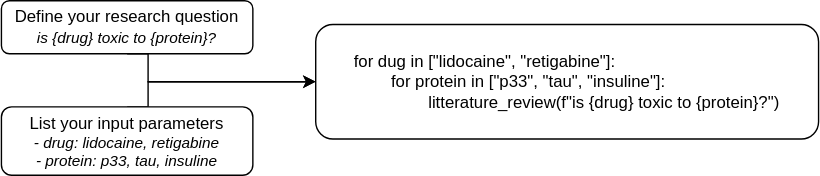
Above: images/screning_review.drawio.svg in journeadrien/scholar2sql (draw.io), before the change. Source tidied: cells renumbered, new cells last; positions are measured from the earlier drawing's top-left corner, leaving out a move shared by most shapes. Source of this version:
```xml
<mxGraphModel>
  <root>
    <mxCell id="0" />
    <mxCell id="1" parent="0" />
    <mxCell id="2" style="rounded=0;jettySize=auto;html=1;exitX=0.5;exitY=1;exitDx=0;exitDy=0;entryX=0;entryY=0.5;entryDx=0;entryDy=0;edgeStyle=orthogonalEdgeStyle;" parent="1" edge="1" source="3" target="6">
      <mxGeometry relative="1" as="geometry">
        <Array as="points">
          <mxPoint x="105" y="58" />
        </Array>
      </mxGeometry>
    </mxCell>
    <mxCell id="3" value="&lt;font style=&quot;font-size: 12px;&quot;&gt;Define your research question&lt;/font&gt;&lt;div&gt;&lt;i&gt;&lt;font style=&quot;font-size: 11px;&quot;&gt;is {drug} toxic to {protein}?&lt;/font&gt;&lt;/i&gt;&lt;/div&gt;" style="rounded=1;whiteSpace=wrap;html=1;gradientColor=none;fillColor=default;" parent="1" vertex="1">
      <mxGeometry width="180" height="38" as="geometry" />
    </mxCell>
    <mxCell id="4" style="rounded=0;jettySize=auto;html=1;exitX=0.5;exitY=0;exitDx=0;exitDy=0;entryX=0;entryY=0.5;entryDx=0;entryDy=0;edgeStyle=orthogonalEdgeStyle;" parent="1" edge="1" source="5" target="6">
      <mxGeometry relative="1" as="geometry">
        <Array as="points">
          <mxPoint x="105" y="58" />
        </Array>
      </mxGeometry>
    </mxCell>
    <mxCell id="5" value="&lt;font style=&quot;font-size: 12px;&quot;&gt;List your input parameters&lt;/font&gt;&lt;div style=&quot;font-size: 11px;&quot;&gt;&lt;i style=&quot;&quot;&gt;&lt;font style=&quot;font-size: 11px;&quot;&gt;- drug: lidocaine, retigabine&lt;/font&gt;&lt;/i&gt;&lt;/div&gt;&lt;div style=&quot;font-size: 11px;&quot;&gt;&lt;i style=&quot;&quot;&gt;&lt;font style=&quot;font-size: 11px;&quot;&gt;- protein: p33, tau, insuline&lt;/font&gt;&lt;/i&gt;&lt;/div&gt;" style="rounded=1;whiteSpace=wrap;html=1;" parent="1" vertex="1">
      <mxGeometry y="76" width="180" height="49" as="geometry" />
    </mxCell>
    <mxCell id="6" value="&lt;div style=&quot;text-align: left;&quot;&gt;&lt;font style=&quot;font-size: 12px;&quot;&gt;&lt;span style=&quot;background-color: initial;&quot;&gt;for dug in [&quot;&lt;/span&gt;&lt;span style=&quot;background-color: initial;&quot;&gt;lidocaine&quot;, &quot;retigabine&quot;&lt;/span&gt;&lt;span style=&quot;background-color: initial;&quot;&gt;]:&lt;/span&gt;&lt;/font&gt;&lt;/div&gt;&lt;div style=&quot;text-align: left;&quot;&gt;&lt;font style=&quot;font-size: 12px;&quot;&gt;&lt;span style=&quot;white-space: pre;&quot;&gt;&#9;&lt;/span&gt;for protein in [&quot;&lt;span style=&quot;background-color: initial;&quot;&gt;p33&quot;, &quot;tau&quot;, &quot;insuline&quot;&lt;/span&gt;&lt;span style=&quot;background-color: initial;&quot;&gt;]:&lt;/span&gt;&lt;/font&gt;&lt;/div&gt;&lt;div style=&quot;text-align: left;&quot;&gt;&lt;font style=&quot;font-size: 12px;&quot;&gt;&lt;span style=&quot;background-color: initial;&quot;&gt;&lt;span style=&quot;white-space: pre;&quot;&gt;&#9;&lt;/span&gt;&lt;span style=&quot;white-space: pre;&quot;&gt;&#9;&lt;/span&gt;litterature_review(f&quot;i&lt;/span&gt;&lt;span style=&quot;background-color: initial; text-align: center;&quot;&gt;s {drug} toxic to {protein}?&quot;&lt;/span&gt;&lt;span style=&quot;background-color: initial;&quot;&gt;)&lt;/span&gt;&lt;/font&gt;&lt;/div&gt;" style="rounded=1;whiteSpace=wrap;html=1;rotation=0;" parent="1" vertex="1">
      <mxGeometry x="225" y="17" width="360" height="82" as="geometry" />
    </mxCell>
  </root>
</mxGraphModel>
```
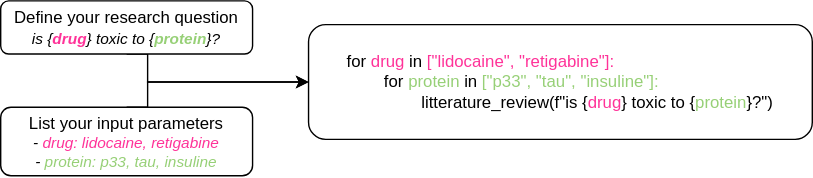
Later version of the same file.

Change to the diagram source:
```diff
@@ -9,7 +9,7 @@
         </Array>
       </mxGeometry>
     </mxCell>
-    <mxCell id="3" value="&lt;font style=&quot;font-size: 12px;&quot;&gt;Define your research question&lt;/font&gt;&lt;div&gt;&lt;i&gt;&lt;font style=&quot;font-size: 11px;&quot;&gt;is {drug} toxic to {protein}?&lt;/font&gt;&lt;/i&gt;&lt;/div&gt;" style="rounded=1;whiteSpace=wrap;html=1;gradientColor=none;fillColor=default;" parent="1" vertex="1">
+    <mxCell id="3" value="&lt;font style=&quot;font-size: 12px;&quot;&gt;Define your research question&lt;/font&gt;&lt;div&gt;&lt;i&gt;&lt;font style=&quot;font-size: 11px;&quot;&gt;is {&lt;font color=&quot;#ff3399&quot;&gt;&lt;b&gt;drug&lt;/b&gt;&lt;/font&gt;} toxic to {&lt;font color=&quot;#97d077&quot;&gt;&lt;b&gt;protein&lt;/b&gt;&lt;/font&gt;}?&lt;/font&gt;&lt;/i&gt;&lt;/div&gt;" style="rounded=1;whiteSpace=wrap;html=1;gradientColor=none;fillColor=default;" parent="1" vertex="1">
       <mxGeometry width="180" height="38" as="geometry" />
     </mxCell>
     <mxCell id="4" style="rounded=0;jettySize=auto;html=1;exitX=0.5;exitY=0;exitDx=0;exitDy=0;entryX=0;entryY=0.5;entryDx=0;entryDy=0;edgeStyle=orthogonalEdgeStyle;" parent="1" edge="1" source="5" target="6">
@@ -19,11 +19,11 @@
         </Array>
       </mxGeometry>
     </mxCell>
-    <mxCell id="5" value="&lt;font style=&quot;font-size: 12px;&quot;&gt;List your input parameters&lt;/font&gt;&lt;div style=&quot;font-size: 11px;&quot;&gt;&lt;i style=&quot;&quot;&gt;&lt;font style=&quot;font-size: 11px;&quot;&gt;- drug: lidocaine, retigabine&lt;/font&gt;&lt;/i&gt;&lt;/div&gt;&lt;div style=&quot;font-size: 11px;&quot;&gt;&lt;i style=&quot;&quot;&gt;&lt;font style=&quot;font-size: 11px;&quot;&gt;- protein: p33, tau, insuline&lt;/font&gt;&lt;/i&gt;&lt;/div&gt;" style="rounded=1;whiteSpace=wrap;html=1;" parent="1" vertex="1">
+    <mxCell id="5" value="&lt;font style=&quot;font-size: 12px;&quot;&gt;List your input parameters&lt;/font&gt;&lt;div style=&quot;font-size: 11px;&quot;&gt;&lt;i style=&quot;&quot;&gt;&lt;font style=&quot;font-size: 11px;&quot;&gt;- &lt;font color=&quot;#ff3399&quot;&gt;drug: lidocaine, retigabine&lt;/font&gt;&lt;/font&gt;&lt;/i&gt;&lt;/div&gt;&lt;div style=&quot;font-size: 11px;&quot;&gt;&lt;i style=&quot;&quot;&gt;&lt;font style=&quot;font-size: 11px;&quot;&gt;- &lt;font color=&quot;#97d077&quot;&gt;protein: p33, tau, insuline&lt;/font&gt;&lt;/font&gt;&lt;/i&gt;&lt;/div&gt;" style="rounded=1;whiteSpace=wrap;html=1;" parent="1" vertex="1">
       <mxGeometry y="76" width="180" height="49" as="geometry" />
     </mxCell>
-    <mxCell id="6" value="&lt;div style=&quot;text-align: left;&quot;&gt;&lt;font style=&quot;font-size: 12px;&quot;&gt;&lt;span style=&quot;background-color: initial;&quot;&gt;for dug in [&quot;&lt;/span&gt;&lt;span style=&quot;background-color: initial;&quot;&gt;lidocaine&quot;, &quot;retigabine&quot;&lt;/span&gt;&lt;span style=&quot;background-color: initial;&quot;&gt;]:&lt;/span&gt;&lt;/font&gt;&lt;/div&gt;&lt;div style=&quot;text-align: left;&quot;&gt;&lt;font style=&quot;font-size: 12px;&quot;&gt;&lt;span style=&quot;white-space: pre;&quot;&gt;&#9;&lt;/span&gt;for protein in [&quot;&lt;span style=&quot;background-color: initial;&quot;&gt;p33&quot;, &quot;tau&quot;, &quot;insuline&quot;&lt;/span&gt;&lt;span style=&quot;background-color: initial;&quot;&gt;]:&lt;/span&gt;&lt;/font&gt;&lt;/div&gt;&lt;div style=&quot;text-align: left;&quot;&gt;&lt;font style=&quot;font-size: 12px;&quot;&gt;&lt;span style=&quot;background-color: initial;&quot;&gt;&lt;span style=&quot;white-space: pre;&quot;&gt;&#9;&lt;/span&gt;&lt;span style=&quot;white-space: pre;&quot;&gt;&#9;&lt;/span&gt;litterature_review(f&quot;i&lt;/span&gt;&lt;span style=&quot;background-color: initial; text-align: center;&quot;&gt;s {drug} toxic to {protein}?&quot;&lt;/span&gt;&lt;span style=&quot;background-color: initial;&quot;&gt;)&lt;/span&gt;&lt;/font&gt;&lt;/div&gt;" style="rounded=1;whiteSpace=wrap;html=1;rotation=0;" parent="1" vertex="1">
-      <mxGeometry x="225" y="17" width="360" height="82" as="geometry" />
+    <mxCell id="6" value="&lt;div style=&quot;text-align: left;&quot;&gt;&lt;font style=&quot;font-size: 12px;&quot;&gt;&lt;span style=&quot;background-color: initial;&quot;&gt;for&lt;font color=&quot;#ff3399&quot;&gt; drug &lt;/font&gt;in&lt;font color=&quot;#ff3399&quot;&gt; [&quot;&lt;/font&gt;&lt;/span&gt;&lt;span style=&quot;color: rgb(255, 51, 153); background-color: initial;&quot;&gt;lidocaine&quot;, &quot;retigabine&quot;&lt;/span&gt;&lt;span style=&quot;color: rgb(255, 51, 153); background-color: initial;&quot;&gt;]:&lt;/span&gt;&lt;/font&gt;&lt;/div&gt;&lt;div style=&quot;text-align: left;&quot;&gt;&lt;font style=&quot;font-size: 12px;&quot;&gt;&lt;span style=&quot;white-space: pre;&quot;&gt;&#9;&lt;/span&gt;for&lt;font color=&quot;#97d077&quot;&gt; protein &lt;/font&gt;in&lt;font color=&quot;#97d077&quot;&gt; [&quot;&lt;span style=&quot;background-color: initial;&quot;&gt;p33&quot;, &quot;tau&quot;, &quot;insuline&quot;&lt;/span&gt;&lt;span style=&quot;background-color: initial;&quot;&gt;]:&lt;/span&gt;&lt;/font&gt;&lt;/font&gt;&lt;/div&gt;&lt;div style=&quot;text-align: left;&quot;&gt;&lt;font style=&quot;font-size: 12px;&quot;&gt;&lt;span style=&quot;background-color: initial;&quot;&gt;&lt;span style=&quot;white-space: pre;&quot;&gt;&#9;&lt;/span&gt;&lt;span style=&quot;white-space: pre;&quot;&gt;&#9;&lt;/span&gt;litterature_review(f&quot;i&lt;/span&gt;&lt;span style=&quot;background-color: initial; text-align: center;&quot;&gt;s {&lt;font color=&quot;#ff3399&quot;&gt;drug&lt;/font&gt;} toxic to {&lt;font color=&quot;#97d077&quot;&gt;protein&lt;/font&gt;}?&quot;&lt;/span&gt;&lt;span style=&quot;background-color: initial;&quot;&gt;)&lt;/span&gt;&lt;/font&gt;&lt;/div&gt;" style="rounded=1;whiteSpace=wrap;html=1;rotation=0;" parent="1" vertex="1">
+      <mxGeometry x="220" y="17" width="360" height="82" as="geometry" />
     </mxCell>
   </root>
 </mxGraphModel>
```
